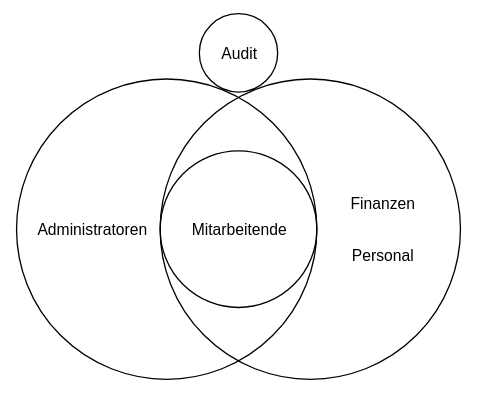
This is attachments/Rollen.svg from Mint-System/Odoo-Wiki, a draw.io export, as it was before one commit. Source tidied: cells renumbered, new cells last; positions are measured from the earlier drawing's top-left corner, leaving out a move shared by most shapes.
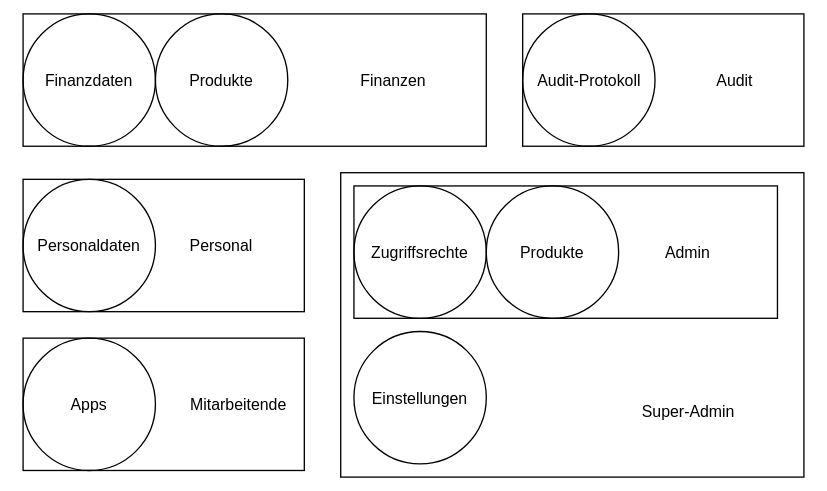
The same diagram one commit later.

Commit message:
vault backup: 2023-10-13 14:59:31

Change to the diagram source:
```diff
@@ -2,26 +2,65 @@
   <root>
     <mxCell id="0" />
     <mxCell id="1" parent="0" />
-    <mxCell id="2" style="ellipse;whiteSpace=wrap;html=1;fillColor=none;" parent="1" vertex="1">
-      <mxGeometry x="110" y="50" width="230" height="230" as="geometry" />
-    </mxCell>
-    <mxCell id="3" style="ellipse;whiteSpace=wrap;html=1;fillColor=none;" parent="1" vertex="1">
-      <mxGeometry y="50" width="230" height="230" as="geometry" />
-    </mxCell>
-    <mxCell id="4" value="Mitarbeitende" style="ellipse;whiteSpace=wrap;html=1;fillColor=none;" parent="1" vertex="1">
-      <mxGeometry x="110" y="105" width="120" height="120" as="geometry" />
-    </mxCell>
+    <mxCell id="9" style="rounded=0;whiteSpace=wrap;html=1;fillColor=none;" parent="1" vertex="1">
+      <mxGeometry x="110" y="140" width="350" height="230" as="geometry" />
+    </mxCell>
+    <mxCell id="10" style="rounded=0;whiteSpace=wrap;html=1;fillColor=none;" parent="1" vertex="1">
+      <mxGeometry x="120" y="150" width="320" height="100" as="geometry" />
+    </mxCell>
+    <mxCell id="11" style="rounded=0;whiteSpace=wrap;html=1;fillColor=none;" parent="1" vertex="1">
+      <mxGeometry x="-130" y="145" width="212.5" height="100" as="geometry" />
+    </mxCell>
+    <mxCell id="12" style="rounded=0;whiteSpace=wrap;html=1;fillColor=none;" parent="1" vertex="1">
+      <mxGeometry x="-130" y="20" width="350" height="100" as="geometry" />
+    </mxCell>
+    <mxCell id="13" style="rounded=0;whiteSpace=wrap;html=1;fillColor=none;" parent="1" vertex="1">
+      <mxGeometry x="247.5" y="20" width="212.5" height="100" as="geometry" />
+    </mxCell>
+    <mxCell id="14" value="Audit-Protokoll" style="ellipse;whiteSpace=wrap;html=1;fillColor=none;" parent="1" vertex="1">
+      <mxGeometry x="247.5" y="20" width="100" height="100" as="geometry" />
+    </mxCell>
     <mxCell id="5" value="Finanzen" style="text;html=1;strokeColor=none;fillColor=none;align=center;verticalAlign=middle;whiteSpace=wrap;rounded=0;" parent="1" vertex="1">
-      <mxGeometry x="260" y="135" width="40" height="20" as="geometry" />
+      <mxGeometry x="130" y="60" width="40" height="20" as="geometry" />
     </mxCell>
-    <mxCell id="6" value="Administratoren" style="text;html=1;strokeColor=none;fillColor=none;align=center;verticalAlign=middle;whiteSpace=wrap;rounded=0;" parent="1" vertex="1">
-      <mxGeometry x="20" y="155" width="75" height="20" as="geometry" />
+    <mxCell id="6" value="Admin" style="text;html=1;strokeColor=none;fillColor=none;align=center;verticalAlign=middle;whiteSpace=wrap;rounded=0;" parent="1" vertex="1">
+      <mxGeometry x="335" y="190" width="75" height="20" as="geometry" />
     </mxCell>
-    <mxCell id="7" value="Audit" style="ellipse;whiteSpace=wrap;html=1;fillColor=none;" parent="1" vertex="1">
-      <mxGeometry x="140" width="60" height="60" as="geometry" />
+    <mxCell id="7" value="Zugriffsrechte" style="ellipse;whiteSpace=wrap;html=1;fillColor=none;" parent="1" vertex="1">
+      <mxGeometry x="120" y="150" width="100" height="100" as="geometry" />
     </mxCell>
     <mxCell id="8" value="Personal" style="text;html=1;strokeColor=none;fillColor=none;align=center;verticalAlign=middle;whiteSpace=wrap;rounded=0;" parent="1" vertex="1">
-      <mxGeometry x="260" y="175" width="40" height="20" as="geometry" />
+      <mxGeometry y="185" width="40" height="20" as="geometry" />
     </mxCell>
+    <mxCell id="15" value="Super-Admin" style="text;html=1;strokeColor=none;fillColor=none;align=center;verticalAlign=middle;whiteSpace=wrap;rounded=0;" parent="1" vertex="1">
+      <mxGeometry x="322.5" y="310" width="100" height="20" as="geometry" />
+    </mxCell>
+    <mxCell id="4" value="Mitarbeitende" style="text;html=1;strokeColor=none;fillColor=none;align=center;verticalAlign=middle;whiteSpace=wrap;rounded=0;" parent="1" vertex="1">
+      <mxGeometry x="12.5" y="305" width="40" height="20" as="geometry" />
+    </mxCell>
+    <mxCell id="16" value="Audit" style="text;html=1;strokeColor=none;fillColor=none;align=center;verticalAlign=middle;whiteSpace=wrap;rounded=0;" parent="1" vertex="1">
+      <mxGeometry x="387.5" y="60" width="40" height="20" as="geometry" />
+    </mxCell>
+    <mxCell id="17" value="Einstellungen" style="ellipse;whiteSpace=wrap;html=1;fillColor=none;" parent="1" vertex="1">
+      <mxGeometry x="120" y="260" width="100" height="100" as="geometry" />
+    </mxCell>
+    <mxCell id="18" value="Finanzdaten" style="ellipse;whiteSpace=wrap;html=1;fillColor=none;" parent="1" vertex="1">
+      <mxGeometry x="-130" y="20" width="100" height="100" as="geometry" />
+    </mxCell>
+    <mxCell id="19" value="Personaldaten" style="ellipse;whiteSpace=wrap;html=1;fillColor=none;" parent="1" vertex="1">
+      <mxGeometry x="-130" y="145" width="100" height="100" as="geometry" />
+    </mxCell>
+    <mxCell id="20" value="Produkte" style="ellipse;whiteSpace=wrap;html=1;fillColor=none;" parent="1" vertex="1">
+      <mxGeometry x="220" y="150" width="100" height="100" as="geometry" />
+    </mxCell>
+    <mxCell id="21" value="Apps" style="ellipse;whiteSpace=wrap;html=1;fillColor=none;" parent="1" vertex="1">
+      <mxGeometry x="-130" y="265" width="100" height="100" as="geometry" />
+    </mxCell>
+    <mxCell id="22" value="Produkte" style="ellipse;whiteSpace=wrap;html=1;fillColor=none;" parent="1" vertex="1">
+      <mxGeometry x="-30" y="20" width="100" height="100" as="geometry" />
+    </mxCell>
+    <mxCell id="23" style="rounded=0;whiteSpace=wrap;html=1;fillColor=none;" parent="1" vertex="1">
+      <mxGeometry x="-130" y="265" width="212.5" height="100" as="geometry" />
+    </mxCell>
   </root>
 </mxGraphModel>
```
